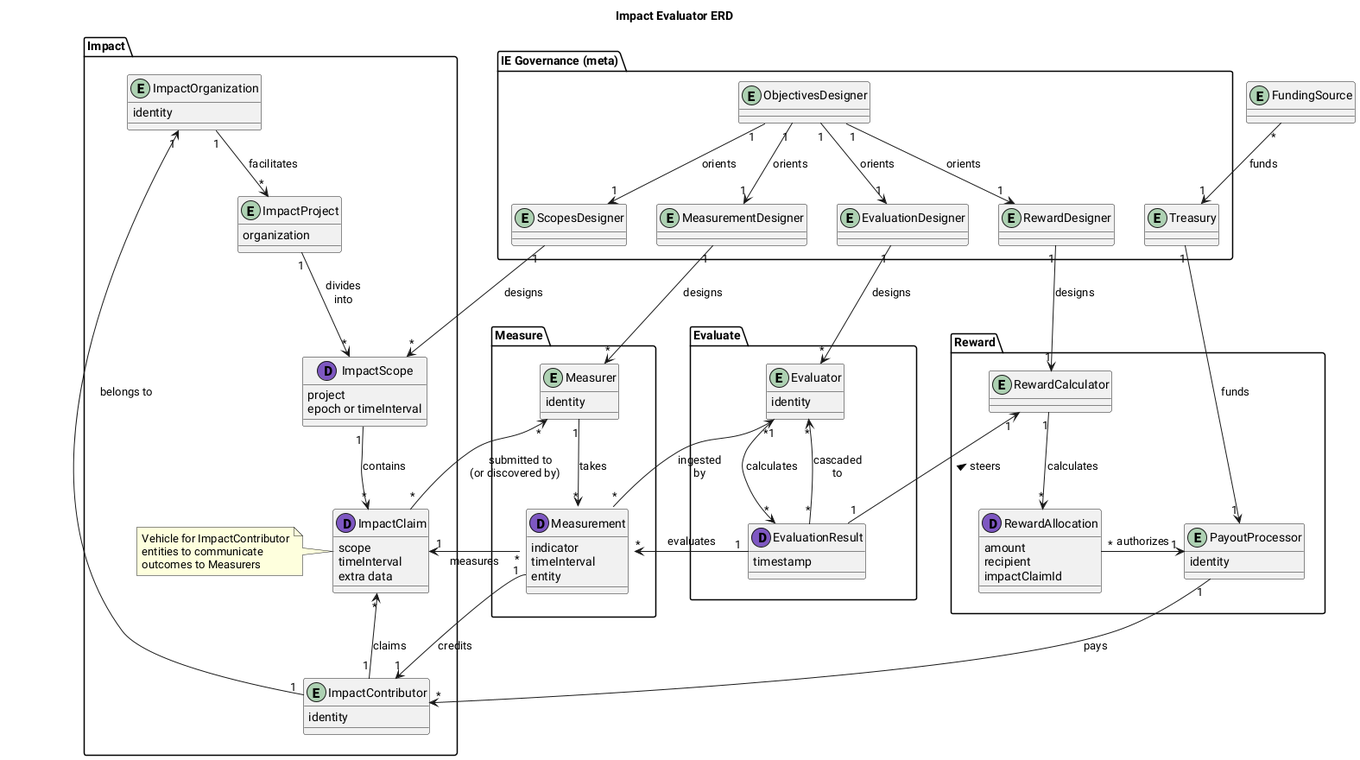
The PlantUML diagram ERD.png in aspiers/ImpactEvaluators, before a commit.
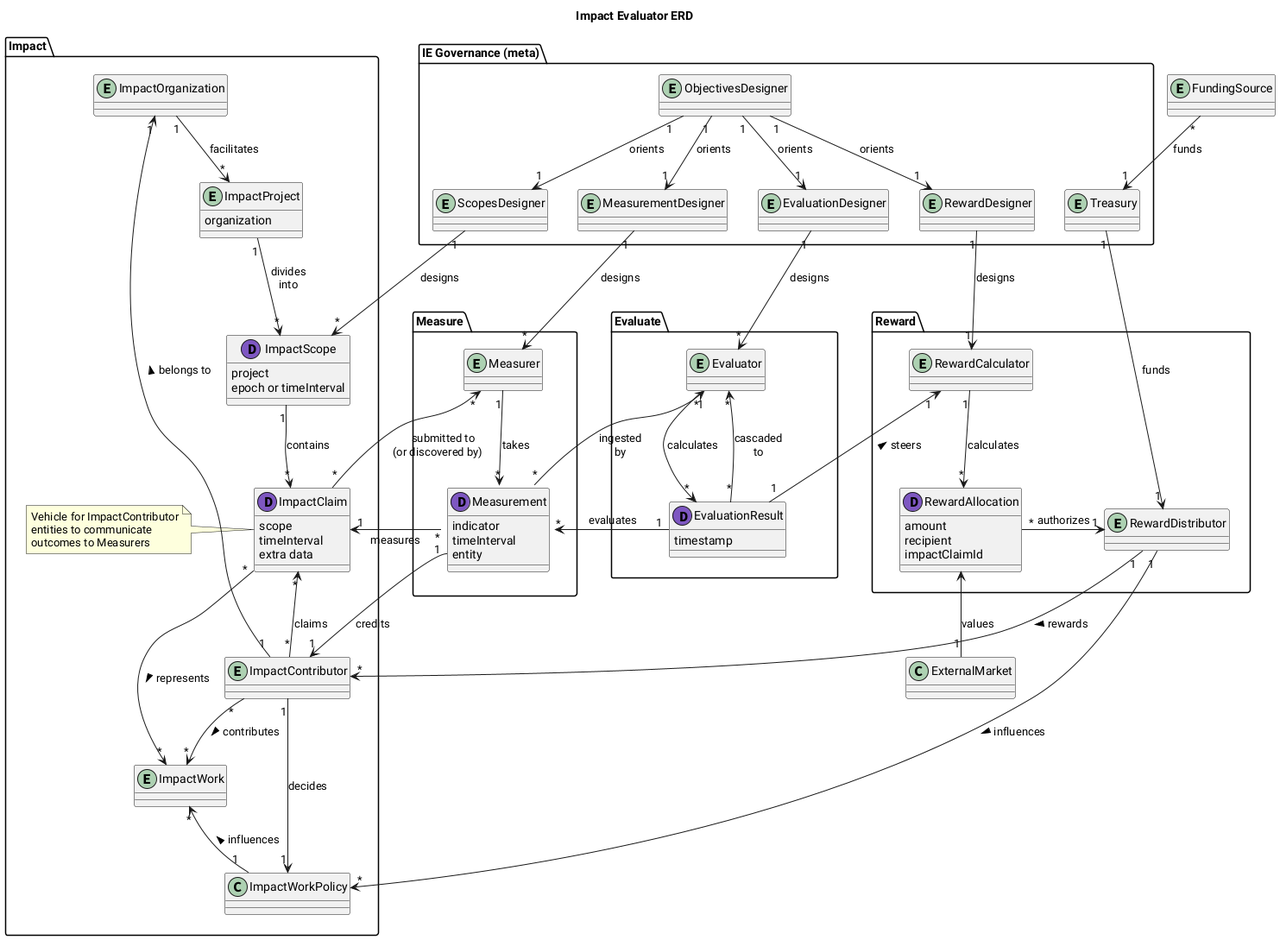
After the change.

Commit message:
address feedback session

Diff of the diagram source:
```diff
@@ -22,12 +22,11 @@
 }
 
 package Impact {
-    entity ImpactOrganization {
-        identity
-    }
+    entity ImpactOrganization
     entity ImpactProject {
         organization
     }
+    entity ImpactWork
     dataclass ImpactScope {
         project
         epoch or timeInterval
@@ -42,15 +41,17 @@
         entities to communicate
         outcomes to Measurers
     end note
-    entity ImpactContributor {
-        identity
-    }
+    entity ImpactContributor
 
     ImpactOrganization "1" -d-> "*" ImpactProject : facilitates
     ImpactProject "1" -d-> "*" ImpactScope : divides\ninto
     ImpactScope "1" -d-> "*" ImpactClaim : contains
-    ImpactContributor "1" -u-> "*" ImpactClaim : claims
-    ImpactContributor "1" -u-> "1" ImpactOrganization : belongs to
+    ImpactContributor "*" -u-> "*" ImpactClaim : claims
+    ImpactContributor "*" --> "*" ImpactWork : > contributes
+    ImpactContributor "1" --> "1" ImpactWorkPolicy : decides
+    ImpactWorkPolicy "1" -u-> "*" ImpactWork : > influences
+    ImpactClaim "*" --> "*" ImpactWork : > represents
+    ImpactContributor "1" -u-> "1" ImpactOrganization : > belongs to
 }
 
 package Measure {
@@ -59,9 +60,7 @@
         timeInterval
         entity
     }
-    entity Measurer {
-        identity
-    }
+    entity Measurer
 
     ImpactClaim "*" --> "*" Measurer : "submitted to\n(or discovered by)    "
 
@@ -74,9 +73,7 @@
     dataclass EvaluationResult {
         timestamp
     }
-    entity Evaluator {
-        identity
-    }
+    entity Evaluator
 
     EvaluationResult "1" -l-> "*" Measurement : evaluates
     Evaluator "1" -d-> "*" EvaluationResult : "calculates    "
@@ -84,18 +81,16 @@
 }
 
 package Reward {
-    entity RewardCalculator {}
+    entity RewardCalculator
     dataclass RewardAllocation {
         amount
         recipient
         impactClaimId
     }
-    entity PayoutProcessor {
-        identity
-    }
+    entity RewardDistributor
 
     RewardCalculator "1" -d-> "*" RewardAllocation : calculates
-    RewardAllocation "*" -r-> "1" PayoutProcessor : authorizes
+    RewardAllocation "*" -r-> "1" RewardDistributor : authorizes
 }
 
 Impact -r[hidden]--> Measure
@@ -109,11 +104,13 @@
 
 entity FundingSource
 FundingSource "*" --> "1" Treasury : funds
-Treasury "1" --> "1" PayoutProcessor : funds
+Treasury "1" --> "1" RewardDistributor : funds
 
 Measurement "*" --> "*" Evaluator : "ingested     \nby     "
 EvaluationResult "1" --> "1" RewardCalculator : steers >
-PayoutProcessor "1" -d-> "*" ImpactContributor : pays
+RewardDistributor "1" -d-> "*" ImpactContributor : > rewards
+RewardDistributor "1" -d-> "*" ImpactWorkPolicy : > influences
 
+ExternalMarket "1" -u-> RewardAllocation : values
 
 @enduml
```
